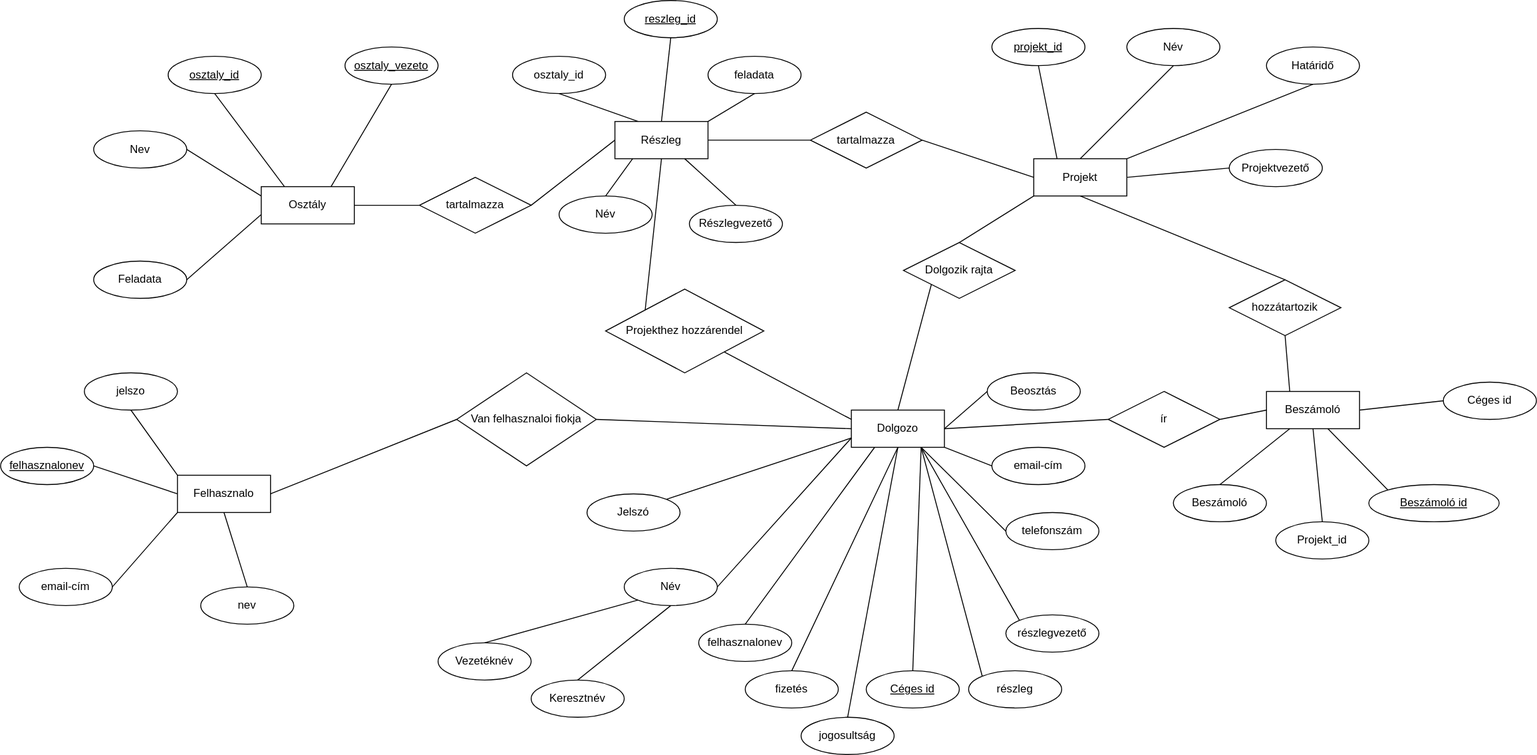
The draw.io diagram adatb.drawio.svg in Alfonz33/adatbazis-projektmunka, before a commit. Source tidied: cells renumbered, new cells last; positions are measured from the earlier drawing's top-left corner, leaving out a move shared by most shapes.
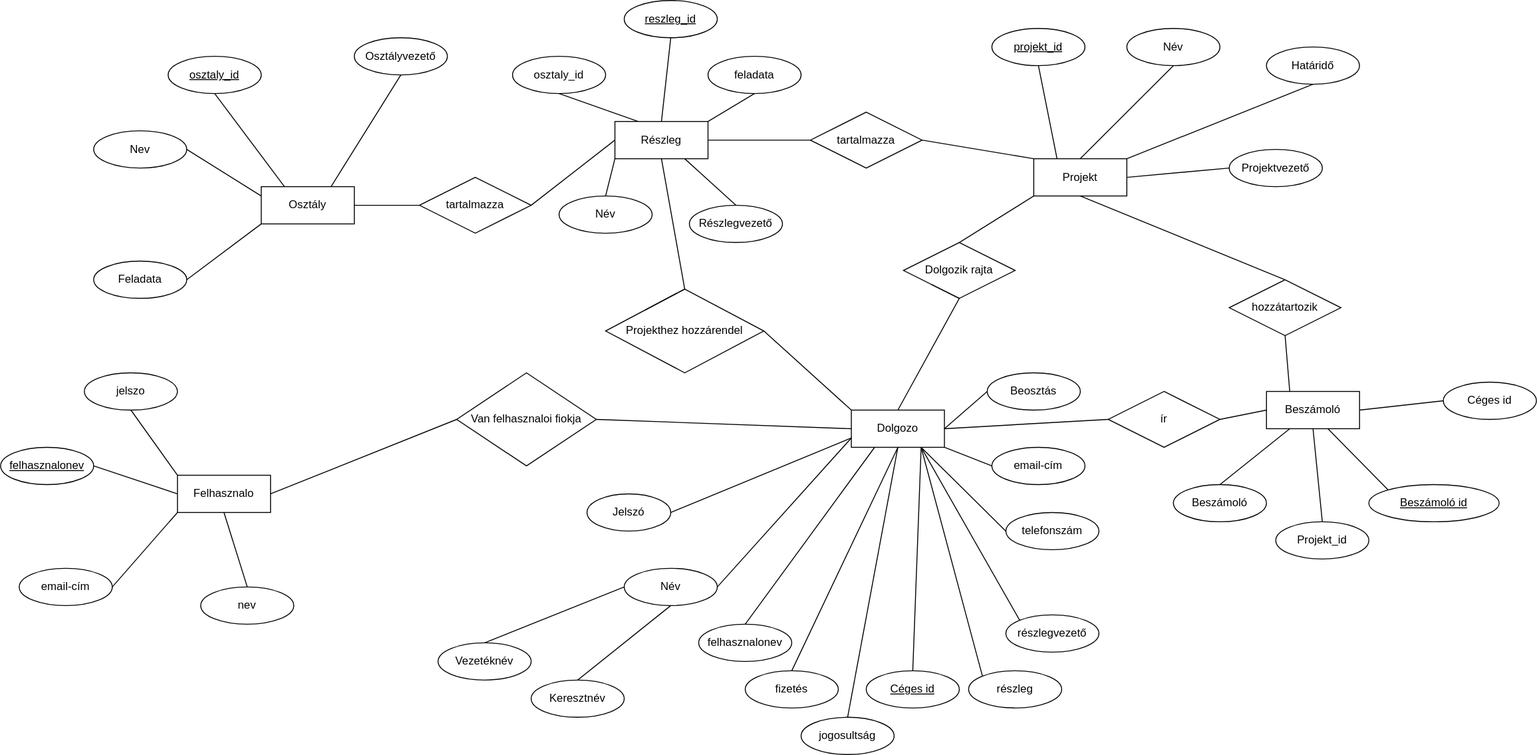
Above is the later version.

What changed in the source:
```diff
@@ -33,7 +33,7 @@
       <mxGeometry x="280" y="200" width="100" height="40" as="geometry" />
     </mxCell>
     <mxCell id="12" value="Jelszó" style="ellipse;whiteSpace=wrap;html=1;align=center;" parent="1" vertex="1">
-      <mxGeometry x="630" y="530" width="100" height="40" as="geometry" />
+      <mxGeometry x="630" y="530" width="90" height="40" as="geometry" />
     </mxCell>
     <mxCell id="13" value="Beosztás" style="ellipse;whiteSpace=wrap;html=1;align=center;" parent="1" vertex="1">
       <mxGeometry x="1060" y="400" width="100" height="40" as="geometry" />
@@ -59,7 +59,7 @@
     <mxCell id="20" value="Keresztnév" style="ellipse;whiteSpace=wrap;html=1;align=center;" parent="1" vertex="1">
       <mxGeometry x="570" y="730" width="100" height="40" as="geometry" />
     </mxCell>
-    <mxCell id="21" style="endArrow=none;html=1;rounded=0;exitX=1;exitY=0.5;exitDx=0;exitDy=0;entryX=0;entryY=0.75;entryDx=0;entryDy=0;" parent="1" edge="1" source="14" target="11">
+    <mxCell id="21" style="endArrow=none;html=1;rounded=0;exitX=1;exitY=0.5;exitDx=0;exitDy=0;entryX=0;entryY=1;entryDx=0;entryDy=0;" parent="1" edge="1" source="14" target="11">
       <mxGeometry relative="1" as="geometry" />
     </mxCell>
     <mxCell id="22" value="Nev" style="ellipse;whiteSpace=wrap;html=1;align=center;" parent="1" vertex="1">
@@ -74,10 +74,7 @@
     <mxCell id="25" style="endArrow=none;html=1;rounded=0;exitX=0.5;exitY=1;exitDx=0;exitDy=0;entryX=0.25;entryY=0;entryDx=0;entryDy=0;" parent="1" edge="1" source="24" target="11">
       <mxGeometry relative="1" as="geometry" />
     </mxCell>
-    <mxCell id="26" value="osztaly_vezeto" style="ellipse;whiteSpace=wrap;html=1;align=center;fontStyle=4;" parent="1" vertex="1">
-      <mxGeometry x="370" y="50" width="100" height="40" as="geometry" />
-    </mxCell>
-    <mxCell id="27" style="endArrow=none;html=1;rounded=0;exitX=0.5;exitY=1;exitDx=0;exitDy=0;entryX=0.75;entryY=0;entryDx=0;entryDy=0;" parent="1" edge="1" source="26" target="11">
+    <mxCell id="27" style="endArrow=none;html=1;rounded=0;exitX=0.5;exitY=1;exitDx=0;exitDy=0;entryX=0.75;entryY=0;entryDx=0;entryDy=0;" parent="1" edge="1" source="99" target="11">
       <mxGeometry relative="1" as="geometry" />
     </mxCell>
     <mxCell id="28" value="tartalmazza" style="shape=rhombus;perimeter=rhombusPerimeter;whiteSpace=wrap;html=1;align=center;" parent="1" vertex="1">
@@ -104,7 +101,7 @@
     <mxCell id="35" value="Név" style="ellipse;whiteSpace=wrap;html=1;align=center;" parent="1" vertex="1">
       <mxGeometry x="600" y="210" width="100" height="40" as="geometry" />
     </mxCell>
-    <mxCell id="36" style="endArrow=none;html=1;rounded=0;exitX=0.5;exitY=0;exitDx=0;exitDy=0;entryX=0.19;entryY=1;entryDx=0;entryDy=0;entryPerimeter=0;" parent="1" edge="1" source="35" target="7">
+    <mxCell id="36" style="endArrow=none;html=1;rounded=0;exitX=0.5;exitY=0;exitDx=0;exitDy=0;entryX=0;entryY=1;entryDx=0;entryDy=0;" parent="1" edge="1" source="35" target="7">
       <mxGeometry relative="1" as="geometry" />
     </mxCell>
     <mxCell id="37" style="endArrow=none;html=1;rounded=0;exitX=0.75;exitY=1;exitDx=0;exitDy=0;entryX=0.5;entryY=0;entryDx=0;entryDy=0;" parent="1" edge="1" source="7" target="15">
@@ -122,7 +119,7 @@
     <mxCell id="41" style="endArrow=none;html=1;rounded=0;exitX=1;exitY=0.5;exitDx=0;exitDy=0;entryX=0;entryY=0.5;entryDx=0;entryDy=0;" parent="1" edge="1" source="7" target="34">
       <mxGeometry relative="1" as="geometry" />
     </mxCell>
-    <mxCell id="42" style="endArrow=none;html=1;rounded=0;exitX=1;exitY=0.5;exitDx=0;exitDy=0;entryX=0;entryY=0.5;entryDx=0;entryDy=0;" parent="1" edge="1" source="34" target="8">
+    <mxCell id="42" style="endArrow=none;html=1;rounded=0;exitX=1;exitY=0.5;exitDx=0;exitDy=0;entryX=0;entryY=0;entryDx=0;entryDy=0;" parent="1" edge="1" source="34" target="8">
       <mxGeometry relative="1" as="geometry" />
     </mxCell>
     <mxCell id="43" style="endArrow=none;html=1;rounded=0;exitX=1;exitY=0.5;exitDx=0;exitDy=0;entryX=0;entryY=0.5;entryDx=0;entryDy=0;" parent="1" edge="1" source="8" target="18">
@@ -177,9 +174,13 @@
       <mxGeometry x="970" y="260" width="120" height="60" as="geometry" />
     </mxCell>
     <mxCell id="60" style="endArrow=none;html=1;rounded=0;exitX=0;exitY=1;exitDx=0;exitDy=0;entryX=0.5;entryY=0;entryDx=0;entryDy=0;" parent="1" edge="1" source="59" target="2">
-      <mxGeometry relative="1" as="geometry" />
+      <mxGeometry relative="1" as="geometry">
+        <Array as="points">
+          <mxPoint x="1030" y="320" />
+        </Array>
+      </mxGeometry>
     </mxCell>
-    <mxCell id="61" style="endArrow=none;html=1;rounded=0;exitX=1;exitY=0;exitDx=0;exitDy=0;entryX=0;entryY=0.75;entryDx=0;entryDy=0;" parent="1" edge="1" source="12" target="2">
+    <mxCell id="61" style="endArrow=none;html=1;rounded=0;entryX=0;entryY=0.75;entryDx=0;entryDy=0;exitX=1;exitY=0.5;exitDx=0;exitDy=0;" parent="1" edge="1" source="12" target="2">
       <mxGeometry relative="1" as="geometry" />
     </mxCell>
     <mxCell id="62" style="endArrow=none;html=1;rounded=0;exitX=1;exitY=0.5;exitDx=0;exitDy=0;entryX=0;entryY=0.75;entryDx=0;entryDy=0;" parent="1" edge="1" source="9" target="2">
@@ -188,7 +189,7 @@
     <mxCell id="63" style="endArrow=none;html=1;rounded=0;exitX=0.5;exitY=1;exitDx=0;exitDy=0;entryX=0.5;entryY=0;entryDx=0;entryDy=0;" parent="1" edge="1" source="3" target="56">
       <mxGeometry relative="1" as="geometry" />
     </mxCell>
-    <mxCell id="64" style="endArrow=none;html=1;rounded=0;exitX=0;exitY=1;exitDx=0;exitDy=0;entryX=0.5;entryY=0;entryDx=0;entryDy=0;" parent="1" edge="1" source="9" target="19">
+    <mxCell id="64" style="endArrow=none;html=1;rounded=0;exitX=0;exitY=0.5;exitDx=0;exitDy=0;entryX=0.5;entryY=0;entryDx=0;entryDy=0;" parent="1" edge="1" source="9" target="19">
       <mxGeometry relative="1" as="geometry" />
     </mxCell>
     <mxCell id="65" style="endArrow=none;html=1;rounded=0;exitX=0.5;exitY=0;exitDx=0;exitDy=0;entryX=0.5;entryY=1;entryDx=0;entryDy=0;" parent="1" edge="1" source="20" target="9">
@@ -288,10 +289,17 @@
       <mxGeometry x="650" y="310" width="170" height="90" as="geometry" />
     </mxCell>
     <mxCell id="97" style="endArrow=none;html=1;rounded=0;exitX=0.5;exitY=1;exitDx=0;exitDy=0;entryX=0;entryY=0;entryDx=0;entryDy=0;" parent="1" edge="1" source="7" target="96">
-      <mxGeometry relative="1" as="geometry" />
+      <mxGeometry relative="1" as="geometry">
+        <Array as="points">
+          <mxPoint x="735" y="310" />
+        </Array>
+      </mxGeometry>
     </mxCell>
-    <mxCell id="98" style="endArrow=none;html=1;rounded=0;exitX=1;exitY=1;exitDx=0;exitDy=0;entryX=0;entryY=0.25;entryDx=0;entryDy=0;" parent="1" edge="1" source="96" target="2">
+    <mxCell id="98" style="endArrow=none;html=1;rounded=0;exitX=1;exitY=0.5;exitDx=0;exitDy=0;entryX=0;entryY=0;entryDx=0;entryDy=0;" parent="1" edge="1" source="96" target="2">
       <mxGeometry relative="1" as="geometry" />
     </mxCell>
+    <mxCell id="99" value="Osztályvezető" style="ellipse;whiteSpace=wrap;html=1;align=center;" parent="1" vertex="1">
+      <mxGeometry x="380" y="40" width="100" height="40" as="geometry" />
+    </mxCell>
   </root>
 </mxGraphModel>
```
